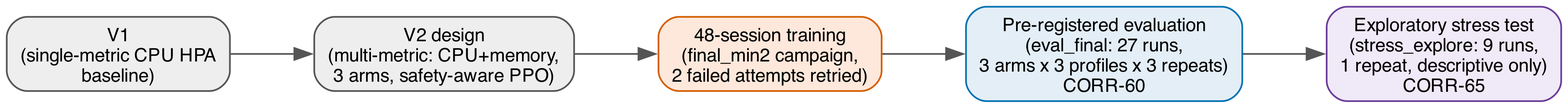
rakesh20064A/rl-k8s-autoscaler keeps this Graphviz diagram as docs/figures/diagram_experiment_pipeline.png. Above is the earlier version. Its source is kept beside it as docs/figures/diagram_experiment_pipeline.dot.
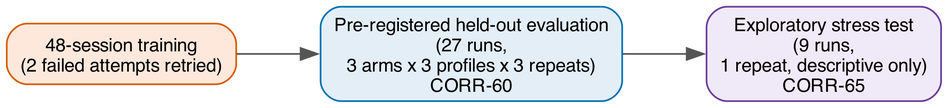
The same file after the commit.

The edit, as a diff of the source:
```diff
@@ -5,11 +5,9 @@
   edge [fontname="Helvetica", fontsize=9, color="#555555"];
   graph [ranksep=0.7, nodesep=0.35];
 
-  v1 [label="V1\n(single-metric CPU HPA\nbaseline)", fillcolor="#eeeeee"];
-  v2design [label="V2 design\n(multi-metric: CPU+memory,\n3 arms, safety-aware PPO)", fillcolor="#eeeeee"];
-  training [label="48-session training\n(final_min2 campaign,\n2 failed attempts retried)", fillcolor="#fde8db", color="#D55E00"];
-  eval [label="Pre-registered evaluation\n(eval_final: 27 runs,\n3 arms x 3 profiles x 3 repeats)\nCORR-60", fillcolor="#e3eef7", color="#0072B2"];
-  stress [label="Exploratory stress test\n(stress_explore: 9 runs,\n1 repeat, descriptive only)\nCORR-65", fillcolor="#f0e9f7", color="#6a3d9a"];
+  training [label="48-session training\n(2 failed attempts retried)", fillcolor="#fde8db", color="#D55E00"];
+  eval [label="Pre-registered held-out evaluation\n(27 runs,\n3 arms x 3 profiles x 3 repeats)\nCORR-60", fillcolor="#e3eef7", color="#0072B2"];
+  stress [label="Exploratory stress test\n(9 runs,\n1 repeat, descriptive only)\nCORR-65", fillcolor="#f0e9f7", color="#6a3d9a"];
 
-  v1 -> v2design -> training -> eval -> stress;
+  training -> eval -> stress;
 }
```
